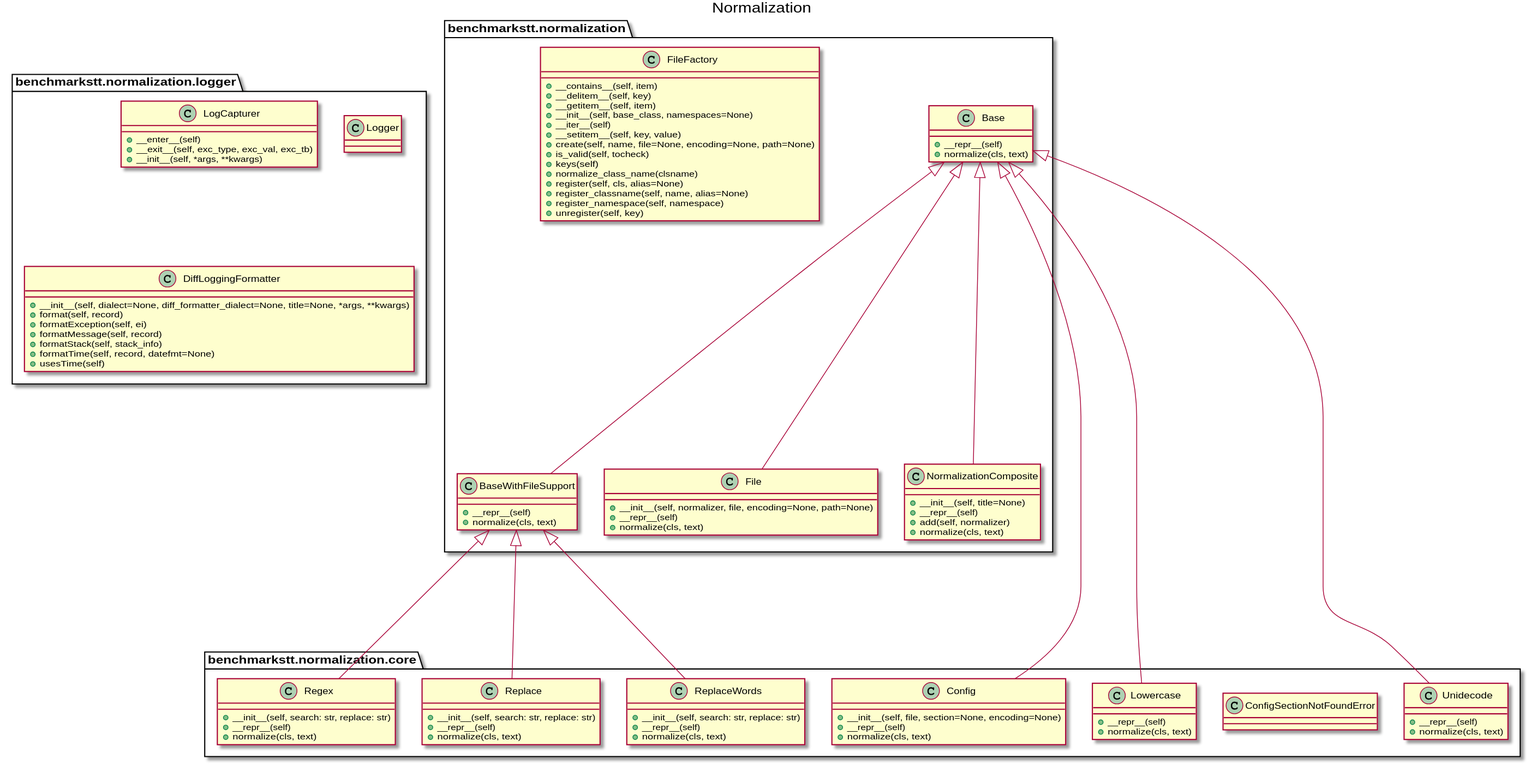
The PlantUML diagram docs/_static/uml/normalization.svg in ebu/benchmarkstt, before a commit.
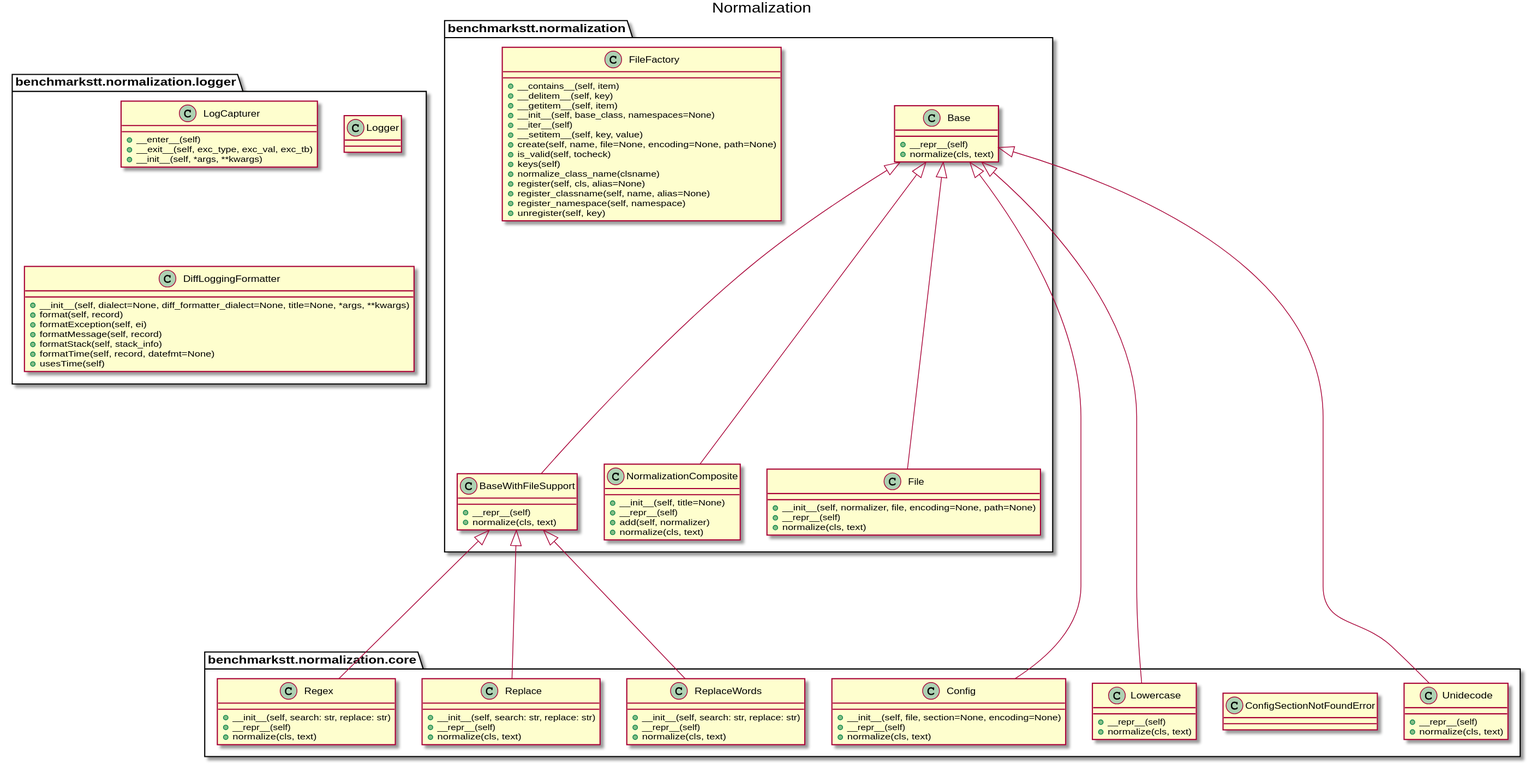
Above is the later version.

Change to the diagram source:
```diff
@@ -11,6 +11,21 @@
 			+__init__(self, *args, **kwargs)
 		}
 		class benchmarkstt.normalization.logger.Logger [[https://benchmarkstt.readthedocs.io/en/latest/modules/benchmarkstt.normalization.html#benchmarkstt.normalization.logger.Logger]] {
+		}
+		class benchmarkstt.normalization.logger.DiffLoggingFormatter [[https://benchmarkstt.readthedocs.io/en/latest/modules/benchmarkstt.normalization.html#benchmarkstt.normalization.logger.DiffLoggingFormatter]] {
+			+__init__(self, dialect=None, diff_formatter_dialect=None, title=None, *args, **kwargs)
+			+format(self, record)
+			+formatException(self, ei)
+			+formatMessage(self, record)
+			+formatStack(self, stack_info)
+			+formatTime(self, record, datefmt=None)
+			+usesTime(self)
+		}
+		class benchmarkstt.normalization.NormalizationComposite [[https://benchmarkstt.readthedocs.io/en/latest/modules/benchmarkstt.normalization.html#benchmarkstt.normalization.NormalizationComposite]] {
+			+__init__(self, title=None)
+			+__repr__(self)
+			+add(self, normalizer)
+			+normalize(cls, text)
 		}
 		class benchmarkstt.normalization.Base [[https://benchmarkstt.readthedocs.io/en/latest/modules/benchmarkstt.normalization.html#benchmarkstt.normalization.Base]] {
 			+__repr__(self)
@@ -41,12 +56,6 @@
 			+register_namespace(self, namespace)
 			+unregister(self, key)
 		}
-		class benchmarkstt.normalization.NormalizationComposite [[https://benchmarkstt.readthedocs.io/en/latest/modules/benchmarkstt.normalization.html#benchmarkstt.normalization.NormalizationComposite]] {
-			+__init__(self, title=None)
-			+__repr__(self)
-			+add(self, normalizer)
-			+normalize(cls, text)
-		}
 		class benchmarkstt.normalization.core.ConfigSectionNotFoundError [[https://benchmarkstt.readthedocs.io/en/latest/modules/benchmarkstt.normalization.html#benchmarkstt.normalization.core.ConfigSectionNotFoundError]] {
 		}
 		class benchmarkstt.normalization.core.Lowercase [[https://benchmarkstt.readthedocs.io/en/latest/modules/benchmarkstt.normalization.html#benchmarkstt.normalization.core.Lowercase]] {
@@ -72,20 +81,11 @@
 			+__repr__(self)
 			+normalize(cls, text)
 		}
-		class benchmarkstt.normalization.logger.DiffLoggingFormatter [[https://benchmarkstt.readthedocs.io/en/latest/modules/benchmarkstt.normalization.html#benchmarkstt.normalization.logger.DiffLoggingFormatter]] {
-			+__init__(self, dialect=None, diff_formatter_dialect=None, title=None, *args, **kwargs)
-			+format(self, record)
-			+formatException(self, ei)
-			+formatMessage(self, record)
-			+formatStack(self, stack_info)
-			+formatTime(self, record, datefmt=None)
-			+usesTime(self)
-		}
 
 benchmarkstt.normalization.core.Config --up--|> benchmarkstt.normalization.Base
+benchmarkstt.normalization.NormalizationComposite --up--|> benchmarkstt.normalization.Base
 benchmarkstt.normalization.BaseWithFileSupport --up--|> benchmarkstt.normalization.Base
 benchmarkstt.normalization.File --up--|> benchmarkstt.normalization.Base
-benchmarkstt.normalization.NormalizationComposite --up--|> benchmarkstt.normalization.Base
 benchmarkstt.normalization.core.Lowercase --up--|> benchmarkstt.normalization.Base
 benchmarkstt.normalization.core.Regex --up--|> benchmarkstt.normalization.BaseWithFileSupport
 benchmarkstt.normalization.core.Replace --up--|> benchmarkstt.normalization.BaseWithFileSupport
```
